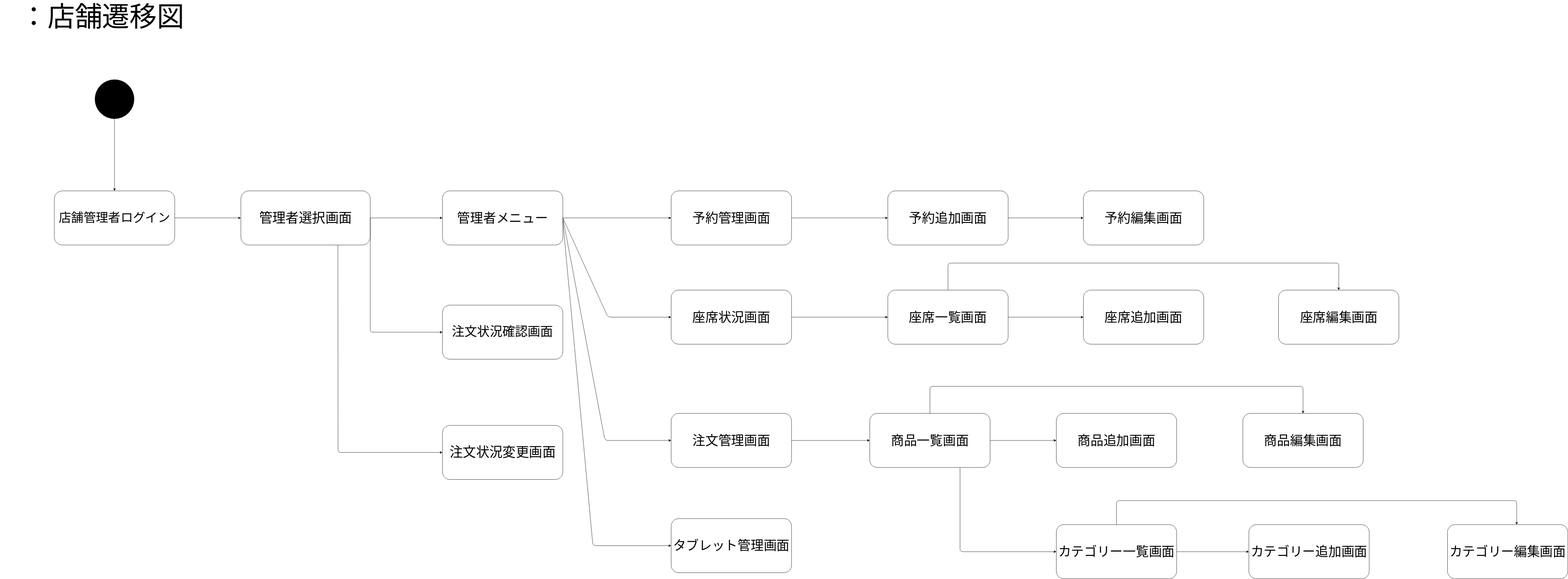
This is 画面遷移図2.drawio.svg from youryota/sample, a draw.io export, as it was before one commit. Source tidied: cells renumbered, new cells last; positions are measured from the earlier drawing's top-left corner, leaving out a move shared by most shapes.
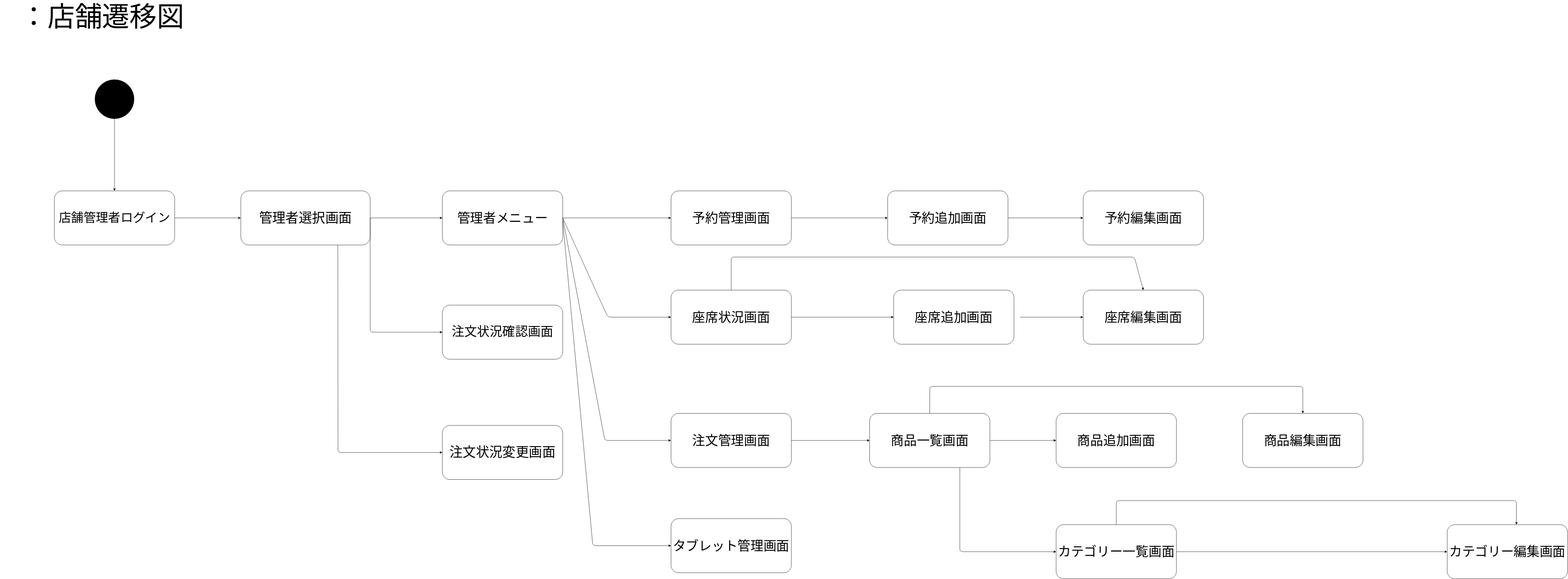
Above is the later version.

What changed in the source:
```diff
@@ -93,9 +93,6 @@
     <mxCell id="25" value="&lt;span style=&quot;font-size: 43px;&quot;&gt;商品追加画面&lt;/span&gt;" style="rounded=1;whiteSpace=wrap;html=1;fontSize=27;fillColor=#FFFFFF;arcSize=14;" parent="1" vertex="1">
       <mxGeometry x="3510" y="1370" width="400" height="180" as="geometry" />
     </mxCell>
-    <mxCell id="26" value="&lt;span style=&quot;font-size: 43px;&quot;&gt;カテゴリー追加画面&lt;/span&gt;" style="rounded=1;whiteSpace=wrap;html=1;fontSize=27;fillColor=#FFFFFF;arcSize=14;" parent="1" vertex="1">
-      <mxGeometry x="4150" y="1740" width="400" height="180" as="geometry" />
-    </mxCell>
     <mxCell id="27" value="&lt;span style=&quot;font-size: 43px;&quot;&gt;カテゴリー編集画面&lt;/span&gt;" style="rounded=1;whiteSpace=wrap;html=1;fontSize=27;fillColor=#FFFFFF;arcSize=14;" parent="1" vertex="1">
       <mxGeometry x="4810" y="1740" width="400" height="180" as="geometry" />
     </mxCell>
@@ -133,19 +130,13 @@
     <mxCell id="34" value="&lt;span style=&quot;font-size: 43px;&quot;&gt;カテゴリー一覧画面&lt;/span&gt;" style="rounded=1;whiteSpace=wrap;html=1;fontSize=27;fillColor=#FFFFFF;arcSize=14;" parent="1" vertex="1">
       <mxGeometry x="3510" y="1740" width="400" height="180" as="geometry" />
     </mxCell>
-    <mxCell id="35" style="endArrow=classic;html=1;entryX=0;entryY=0.5;entryDx=0;entryDy=0;exitX=1;exitY=0.5;exitDx=0;exitDy=0;" parent="1" edge="1" source="34" target="26">
-      <mxGeometry relative="1" as="geometry" />
-    </mxCell>
-    <mxCell id="36" value="&lt;span style=&quot;font-size: 43px;&quot;&gt;座席一覧画面&lt;/span&gt;" style="rounded=1;whiteSpace=wrap;html=1;fontSize=27;fillColor=#FFFFFF;arcSize=14;" parent="1" vertex="1">
-      <mxGeometry x="2950" y="960" width="400" height="180" as="geometry" />
-    </mxCell>
     <mxCell id="37" value="&lt;span style=&quot;font-size: 43px;&quot;&gt;座席追加画面&lt;/span&gt;" style="rounded=1;whiteSpace=wrap;html=1;fontSize=27;fillColor=#FFFFFF;arcSize=14;" parent="1" vertex="1">
-      <mxGeometry x="3600" y="960" width="400" height="180" as="geometry" />
+      <mxGeometry x="2970" y="960" width="400" height="180" as="geometry" />
     </mxCell>
     <mxCell id="38" value="&lt;span style=&quot;font-size: 43px;&quot;&gt;座席編集画面&lt;/span&gt;" style="rounded=1;whiteSpace=wrap;html=1;fontSize=27;fillColor=#FFFFFF;arcSize=14;" parent="1" vertex="1">
-      <mxGeometry x="4248.5" y="960" width="400" height="180" as="geometry" />
+      <mxGeometry x="3600" y="960" width="400" height="180" as="geometry" />
     </mxCell>
-    <mxCell id="39" style="endArrow=classic;html=1;exitX=1;exitY=0.5;exitDx=0;exitDy=0;entryX=0;entryY=0.5;entryDx=0;entryDy=0;" parent="1" edge="1" source="15" target="36">
+    <mxCell id="39" style="endArrow=classic;html=1;exitX=1;exitY=0.5;exitDx=0;exitDy=0;entryX=0;entryY=0.5;entryDx=0;entryDy=0;" parent="1" edge="1" source="15" target="37">
       <mxGeometry relative="1" as="geometry" />
     </mxCell>
     <mxCell id="40" style="endArrow=classic;html=1;exitX=1;exitY=0.5;exitDx=0;exitDy=0;entryX=0;entryY=0.5;entryDx=0;entryDy=0;" parent="1" edge="1" source="3" target="15">
@@ -155,17 +146,6 @@
         </Array>
       </mxGeometry>
     </mxCell>
-    <mxCell id="41" style="endArrow=classic;html=1;exitX=1;exitY=0.5;exitDx=0;exitDy=0;entryX=0;entryY=0.5;entryDx=0;entryDy=0;" parent="1" edge="1" source="36" target="37">
-      <mxGeometry relative="1" as="geometry" />
-    </mxCell>
-    <mxCell id="42" style="endArrow=classic;html=1;exitX=0.5;exitY=0;exitDx=0;exitDy=0;entryX=0.5;entryY=0;entryDx=0;entryDy=0;" parent="1" edge="1" source="36" target="38">
-      <mxGeometry relative="1" as="geometry">
-        <Array as="points">
-          <mxPoint x="3150" y="870" />
-          <mxPoint x="4449" y="870" />
-        </Array>
-      </mxGeometry>
-    </mxCell>
     <mxCell id="43" style="endArrow=classic;html=1;exitX=0.5;exitY=0;exitDx=0;exitDy=0;entryX=0.575;entryY=0;entryDx=0;entryDy=0;entryPerimeter=0;" parent="1" edge="1" source="34" target="27">
       <mxGeometry relative="1" as="geometry">
         <Array as="points">
@@ -174,5 +154,21 @@
         </Array>
       </mxGeometry>
     </mxCell>
+    <mxCell id="44" style="endArrow=classic;html=1;exitX=0.5;exitY=0;exitDx=0;exitDy=0;entryX=0.5;entryY=0;entryDx=0;entryDy=0;" parent="1" edge="1" source="15" target="38">
+      <mxGeometry relative="1" as="geometry">
+        <Array as="points">
+          <mxPoint x="2430" y="850" />
+          <mxPoint x="3770" y="850" />
+        </Array>
+      </mxGeometry>
+    </mxCell>
+    <mxCell id="45" style="endArrow=classic;html=1;entryX=0;entryY=0.5;entryDx=0;entryDy=0;" parent="1" edge="1" target="38">
+      <mxGeometry relative="1" as="geometry">
+        <mxPoint x="3390" y="1050" as="sourcePoint" />
+      </mxGeometry>
+    </mxCell>
+    <mxCell id="46" style="endArrow=classic;html=1;exitX=1;exitY=0.5;exitDx=0;exitDy=0;entryX=0;entryY=0.5;entryDx=0;entryDy=0;" parent="1" edge="1" source="34" target="27">
+      <mxGeometry relative="1" as="geometry" />
+    </mxCell>
   </root>
 </mxGraphModel>
```
